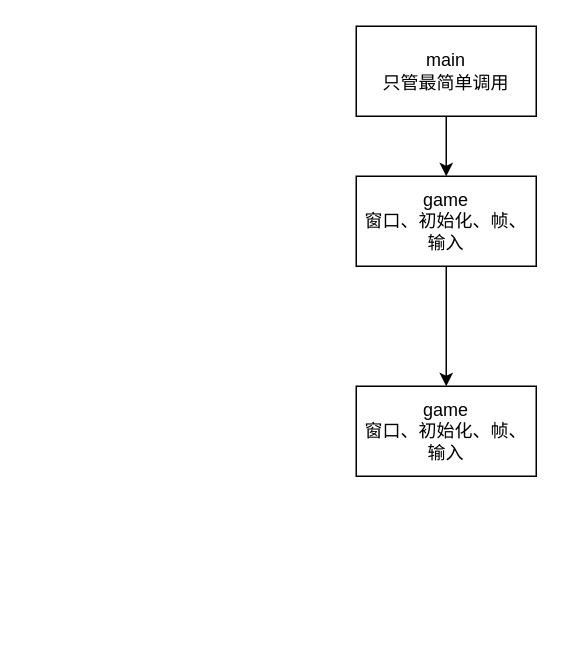
Before: architecture.drawio in HFBYM/breakout_redux, a draw.io diagram. Source tidied: cells renumbered, new cells numbered last; positions are measured from the earlier drawing's top-left corner, leaving out a move shared by most shapes. Both pictures are drawn from the tidied source at 150%, with x=0, y=0 at pixel (356, 26).
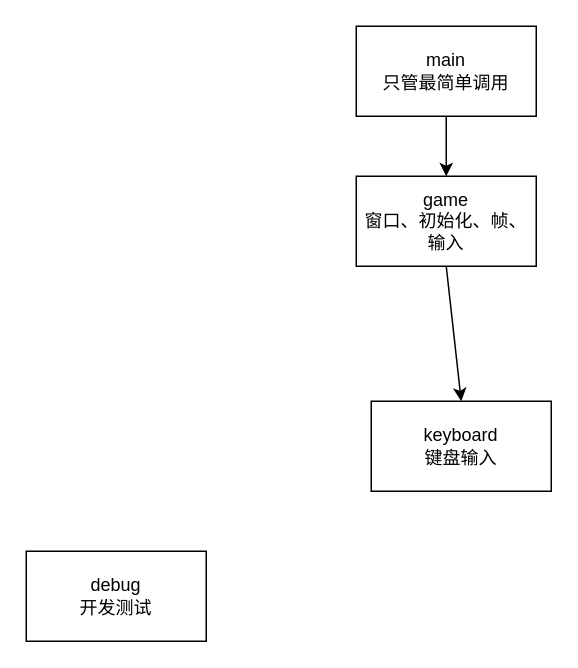
The same diagram, later.

The edit, as a diff of the source:
```diff
@@
 <mxGraphModel>
   <root>
     <mxCell id="0" />
     <mxCell id="1" parent="0" />
     <mxCell id="2" style="edgeStyle=none;html=1;" parent="1" edge="1" source="3" target="5">
       <mxGeometry relative="1" as="geometry" />
     </mxCell>
     <mxCell id="3" value="main&lt;br&gt;只管最简单调用" style="rounded=0;whiteSpace=wrap;html=1;" parent="1" vertex="1">
       <mxGeometry width="120" height="60" as="geometry" />
     </mxCell>
-    <mxCell id="4" style="edgeStyle=none;html=1;" parent="1" edge="1" source="5" target="6">
-      <mxGeometry relative="1" as="geometry" />
-    </mxCell>
+    <mxCell id="7" style="edgeStyle=none;html=1;exitX=0.5;exitY=1;exitDx=0;exitDy=0;entryX=0.5;entryY=0;entryDx=0;entryDy=0;" parent="1" edge="1" source="5" target="8">
+      <mxGeometry relative="1" as="geometry" />
+    </mxCell>
     <mxCell id="5" value="game&lt;br&gt;窗口、初始化、帧、输入" style="rounded=0;whiteSpace=wrap;html=1;" parent="1" vertex="1">
       <mxGeometry y="100" width="120" height="60" as="geometry" />
     </mxCell>
-    <mxCell id="6" value="game&lt;br&gt;窗口、初始化、帧、输入" style="rounded=0;whiteSpace=wrap;html=1;" parent="1" vertex="1">
-      <mxGeometry y="240" width="120" height="60" as="geometry" />
+    <mxCell id="6" value="debug&lt;br&gt;开发测试" style="rounded=0;whiteSpace=wrap;html=1;" parent="1" vertex="1">
+      <mxGeometry x="-220" y="350" width="120" height="60" as="geometry" />
     </mxCell>
+    <mxCell id="8" value="keyboard&lt;br&gt;键盘输入" style="rounded=0;whiteSpace=wrap;html=1;" parent="1" vertex="1">
+      <mxGeometry x="10" y="250" width="120" height="60" as="geometry" />
+    </mxCell>
   </root>
 </mxGraphModel>
```
